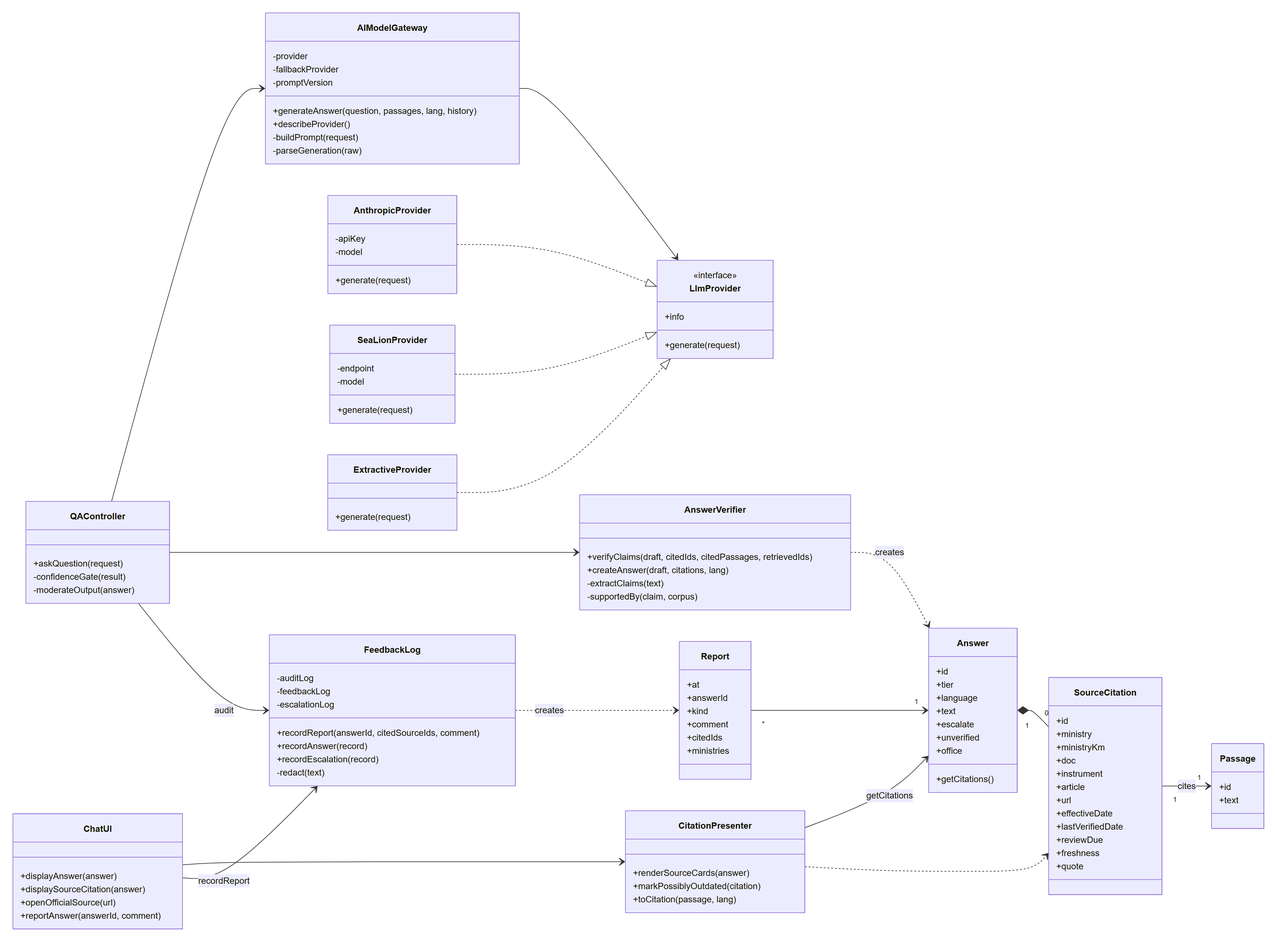
Before: docs/report2-diagrams/class-b-answer-citation.png, a diagram exported from Mermaid (Monunhh/Super-ask). Its source is kept beside it as docs/report2-diagrams/class-b-answer-citation.mmd. The source it was exported from:
```mermaid
classDiagram
    direction LR

    class QAController {
        +askQuestion(request)
        -confidenceGate(result)
        -moderateOutput(answer)
    }
    class AIModelGateway {
        -provider
        -fallbackProvider
        -promptVersion
        +generateAnswer(question, passages, lang, history)
        +describeProvider()
        -buildPrompt(request)
        -parseGeneration(raw)
    }
    class LlmProvider {
        <<interface>>
        +info
        +generate(request)
    }
    class AnthropicProvider {
        -apiKey
        -model
        +generate(request)
    }
    class SeaLionProvider {
        -endpoint
        -model
        +generate(request)
    }
    class ExtractiveProvider {
        +generate(request)
    }
    class AnswerVerifier {
        +verifyClaims(draft, citedIds, citedPassages, retrievedIds)
        +createAnswer(draft, citations, lang)
        -extractClaims(text)
        -supportedBy(claim, corpus)
    }
    class Answer {
        +id
        +tier
        +language
        +text
        +escalate
        +unverified
        +office
        +getCitations()
    }
    class SourceCitation {
        +id
        +ministry
        +ministryKm
        +doc
        +instrument
        +article
        +url
        +effectiveDate
        +lastVerifiedDate
        +reviewDue
        +freshness
        +quote
    }
    class Passage {
        +id
        +text
    }
    class CitationPresenter {
        +renderSourceCards(answer)
        +markPossiblyOutdated(citation)
        +toCitation(passage, lang)
    }
    class ChatUI {
        +displayAnswer(answer)
        +displaySourceCitation(answer)
        +openOfficialSource(url)
        +reportAnswer(answerId, comment)
    }
    class FeedbackLog {
        -auditLog
        -feedbackLog
        -escalationLog
        +recordReport(answerId, citedSourceIds, comment)
        +recordAnswer(record)
        +recordEscalation(record)
        -redact(text)
    }
    class Report {
        +at
        +answerId
        +kind
        +comment
        +citedIds
        +ministries
    }

    QAController --> AIModelGateway
    QAController --> AnswerVerifier
    QAController --> FeedbackLog : audit
    AIModelGateway --> LlmProvider
    AnthropicProvider ..|> LlmProvider
    SeaLionProvider ..|> LlmProvider
    ExtractiveProvider ..|> LlmProvider
    AnswerVerifier ..> Answer : creates
    Answer "1" *-- "0..*" SourceCitation
    SourceCitation "1" --> "1" Passage : cites
    CitationPresenter --> Answer : getCitations
    CitationPresenter ..> SourceCitation
    ChatUI --> CitationPresenter
    ChatUI --> FeedbackLog : recordReport
    FeedbackLog ..> Report : creates
    Report "*" --> "1" Answer
```
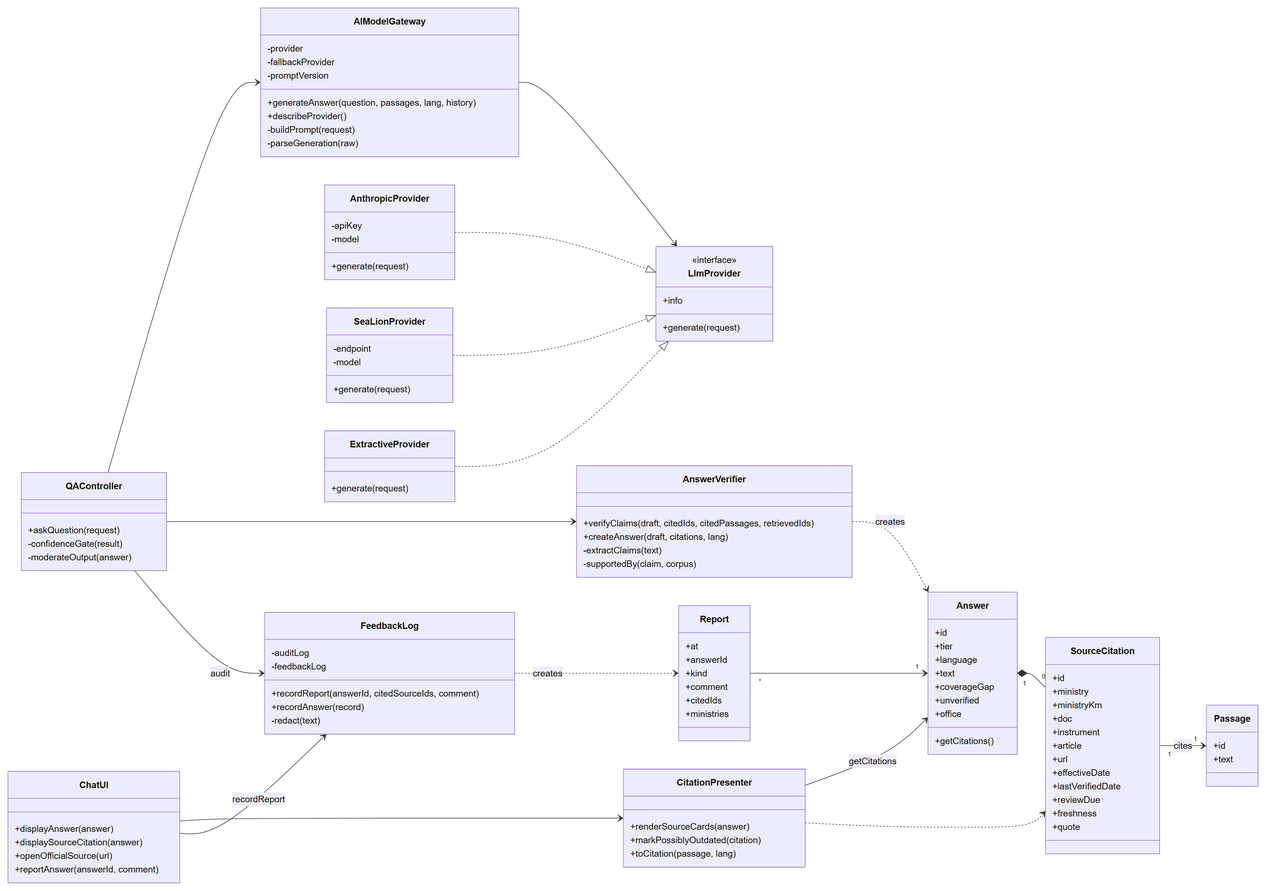
Above is the later version.

Diff of the diagram source:
```diff
@@ -44,7 +44,7 @@
         +tier
         +language
         +text
-        +escalate
+        +coverageGap
         +unverified
         +office
         +getCitations()
@@ -81,10 +81,8 @@
     class FeedbackLog {
         -auditLog
         -feedbackLog
-        -escalationLog
         +recordReport(answerId, citedSourceIds, comment)
         +recordAnswer(record)
-        +recordEscalation(record)
         -redact(text)
     }
     class Report {
```
